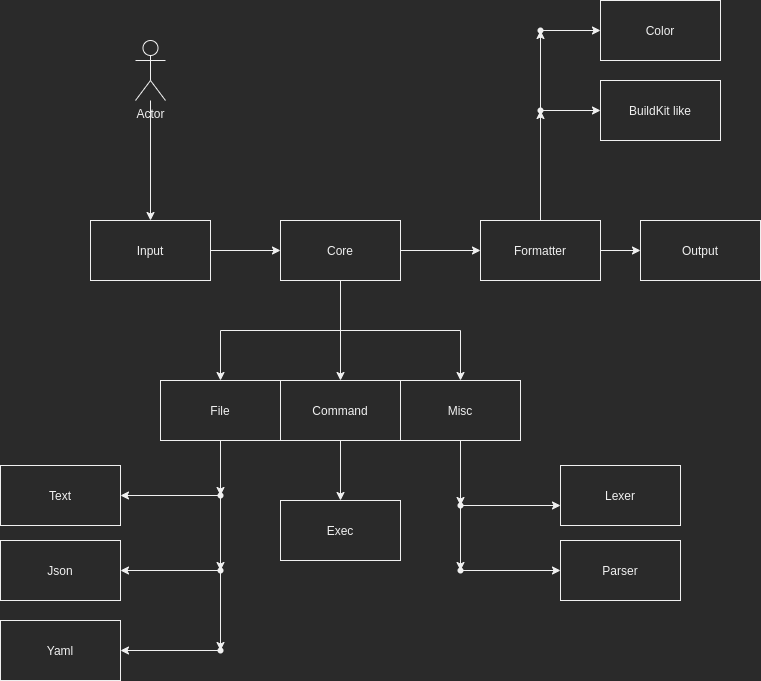
This is architecture.png from jahid90/just-cli, a draw.io export, as it was before one commit. Source tidied: cells renumbered, new cells last; positions are measured from the earlier drawing's top-left corner, leaving out a move shared by most shapes.
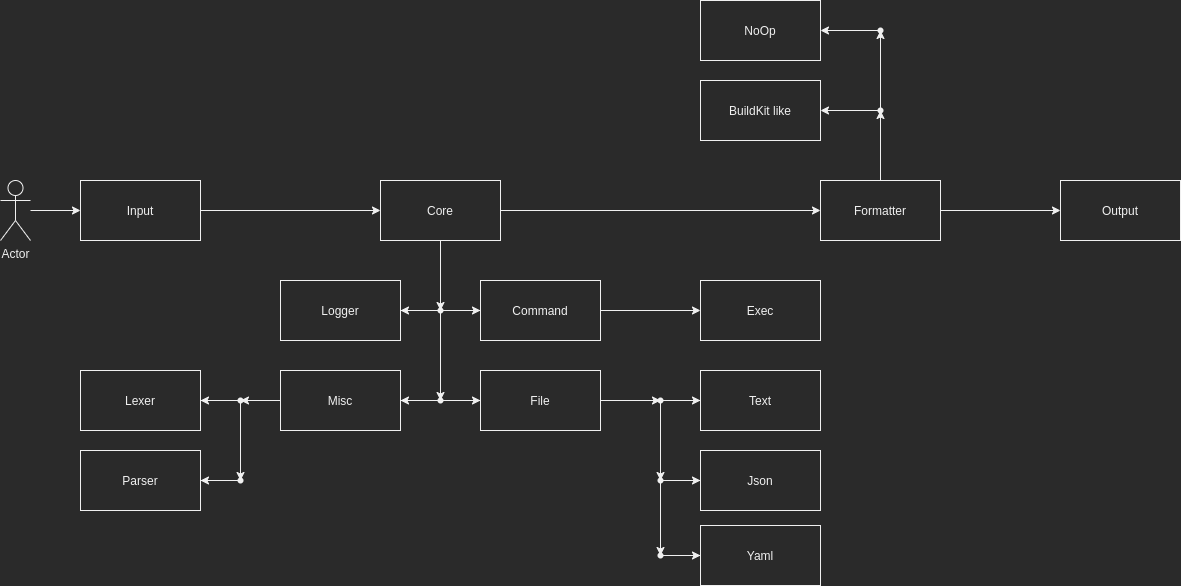
The same diagram one commit later.

Change to the diagram source:
```diff
@@ -5,143 +5,155 @@
     <mxCell id="2" style="edgeStyle=orthogonalEdgeStyle;rounded=0;jettySize=auto;html=1;" parent="1" edge="1" source="6" target="11">
       <mxGeometry relative="1" as="geometry" />
     </mxCell>
-    <mxCell id="3" style="edgeStyle=orthogonalEdgeStyle;rounded=0;jettySize=auto;html=1;" parent="1" edge="1" source="6" target="15">
-      <mxGeometry relative="1" as="geometry" />
-    </mxCell>
-    <mxCell id="4" style="edgeStyle=orthogonalEdgeStyle;rounded=0;jettySize=auto;html=1;entryX=0.5;entryY=0;entryDx=0;entryDy=0;" parent="1" edge="1" source="6" target="17">
-      <mxGeometry relative="1" as="geometry" />
-    </mxCell>
-    <mxCell id="5" style="edgeStyle=orthogonalEdgeStyle;rounded=0;jettySize=auto;html=1;entryX=0.5;entryY=0;entryDx=0;entryDy=0;" parent="1" edge="1" source="6" target="13">
-      <mxGeometry relative="1" as="geometry" />
-    </mxCell>
+    <mxCell id="47" style="edgeStyle=orthogonalEdgeStyle;rounded=0;jettySize=auto;html=1;" parent="1" edge="1" source="6" target="55">
+      <mxGeometry relative="1" as="geometry" />
+    </mxCell>
     <mxCell id="6" value="Core" style="rounded=0;whiteSpace=wrap;html=1;" parent="1" vertex="1">
-      <mxGeometry x="280" y="220" width="120" height="60" as="geometry" />
+      <mxGeometry x="200" y="180" width="120" height="60" as="geometry" />
     </mxCell>
     <mxCell id="7" style="edgeStyle=orthogonalEdgeStyle;rounded=0;jettySize=auto;html=1;" parent="1" edge="1" source="8" target="6">
       <mxGeometry relative="1" as="geometry" />
     </mxCell>
     <mxCell id="8" value="Input" style="rounded=0;whiteSpace=wrap;html=1;" parent="1" vertex="1">
-      <mxGeometry x="90" y="220" width="120" height="60" as="geometry" />
+      <mxGeometry x="-100" y="180" width="120" height="60" as="geometry" />
     </mxCell>
     <mxCell id="9" style="edgeStyle=orthogonalEdgeStyle;rounded=0;jettySize=auto;html=1;" parent="1" edge="1" source="11" target="39">
       <mxGeometry relative="1" as="geometry" />
     </mxCell>
-    <mxCell id="10" style="edgeStyle=orthogonalEdgeStyle;rounded=0;jettySize=auto;html=1;" parent="1" edge="1" source="11" target="44">
-      <mxGeometry relative="1" as="geometry" />
-    </mxCell>
+    <mxCell id="48" style="edgeStyle=orthogonalEdgeStyle;rounded=0;jettySize=auto;html=1;" parent="1" edge="1" source="11" target="74">
+      <mxGeometry relative="1" as="geometry" />
+    </mxCell>
     <mxCell id="11" value="Formatter" style="rounded=0;whiteSpace=wrap;html=1;" parent="1" vertex="1">
-      <mxGeometry x="480" y="220" width="120" height="60" as="geometry" />
+      <mxGeometry x="640" y="180" width="120" height="60" as="geometry" />
     </mxCell>
-    <mxCell id="12" style="edgeStyle=orthogonalEdgeStyle;rounded=0;jettySize=auto;html=1;" parent="1" edge="1" source="13" target="23">
-      <mxGeometry relative="1" as="geometry" />
-    </mxCell>
+    <mxCell id="49" style="edgeStyle=orthogonalEdgeStyle;rounded=0;jettySize=auto;html=1;" parent="1" edge="1" source="13" target="61">
+      <mxGeometry relative="1" as="geometry" />
+    </mxCell>
     <mxCell id="13" value="File" style="rounded=0;whiteSpace=wrap;html=1;" parent="1" vertex="1">
-      <mxGeometry x="160" y="380" width="120" height="60" as="geometry" />
+      <mxGeometry x="300" y="370" width="120" height="60" as="geometry" />
     </mxCell>
     <mxCell id="14" style="edgeStyle=orthogonalEdgeStyle;rounded=0;jettySize=auto;html=1;" parent="1" edge="1" source="15" target="29">
       <mxGeometry relative="1" as="geometry" />
     </mxCell>
     <mxCell id="15" value="Command" style="rounded=0;whiteSpace=wrap;html=1;" parent="1" vertex="1">
-      <mxGeometry x="280" y="380" width="120" height="60" as="geometry" />
+      <mxGeometry x="300" y="280" width="120" height="60" as="geometry" />
     </mxCell>
-    <mxCell id="16" style="edgeStyle=orthogonalEdgeStyle;rounded=0;jettySize=auto;html=1;" parent="1" edge="1" source="17" target="34">
-      <mxGeometry relative="1" as="geometry" />
-    </mxCell>
+    <mxCell id="50" style="edgeStyle=orthogonalEdgeStyle;rounded=0;jettySize=auto;html=1;" parent="1" edge="1" source="17" target="69">
+      <mxGeometry relative="1" as="geometry" />
+    </mxCell>
     <mxCell id="17" value="Misc" style="rounded=0;whiteSpace=wrap;html=1;" parent="1" vertex="1">
-      <mxGeometry x="400" y="380" width="120" height="60" as="geometry" />
+      <mxGeometry x="100" y="370" width="120" height="60" as="geometry" />
     </mxCell>
     <mxCell id="18" value="Text" style="rounded=0;whiteSpace=wrap;html=1;" parent="1" vertex="1">
-      <mxGeometry y="465" width="120" height="60" as="geometry" />
+      <mxGeometry x="520" y="370" width="120" height="60" as="geometry" />
     </mxCell>
     <mxCell id="19" value="Json" style="rounded=0;whiteSpace=wrap;html=1;" parent="1" vertex="1">
-      <mxGeometry y="540" width="120" height="60" as="geometry" />
+      <mxGeometry x="520" y="450" width="120" height="60" as="geometry" />
     </mxCell>
     <mxCell id="20" value="Yaml" style="rounded=0;whiteSpace=wrap;html=1;" parent="1" vertex="1">
-      <mxGeometry y="620" width="120" height="60" as="geometry" />
+      <mxGeometry x="520" y="525" width="120" height="60" as="geometry" />
     </mxCell>
-    <mxCell id="21" style="edgeStyle=orthogonalEdgeStyle;rounded=0;jettySize=auto;html=1;" parent="1" edge="1" source="23" target="18">
-      <mxGeometry relative="1" as="geometry" />
-    </mxCell>
-    <mxCell id="22" style="edgeStyle=orthogonalEdgeStyle;rounded=0;jettySize=auto;html=1;" parent="1" edge="1" source="23" target="26">
-      <mxGeometry relative="1" as="geometry" />
-    </mxCell>
-    <mxCell id="23" style="shape=waypoint;size=6;points=[];fillColor=#2a2a2a;perimeter=centerPerimeter;snapToPoint=1;rounded=0;" parent="1" vertex="1">
-      <mxGeometry x="200" y="475" width="40" height="40" as="geometry" />
-    </mxCell>
-    <mxCell id="24" style="edgeStyle=orthogonalEdgeStyle;rounded=0;jettySize=auto;html=1;" parent="1" edge="1" target="19">
-      <mxGeometry relative="1" as="geometry">
-        <mxPoint x="220" y="570" as="sourcePoint" />
-      </mxGeometry>
-    </mxCell>
-    <mxCell id="25" style="edgeStyle=orthogonalEdgeStyle;rounded=0;jettySize=auto;html=1;" parent="1" edge="1" source="26" target="28">
-      <mxGeometry relative="1" as="geometry" />
-    </mxCell>
-    <mxCell id="26" style="shape=waypoint;size=6;points=[];fillColor=#2a2a2a;perimeter=centerPerimeter;snapToPoint=1;rounded=0;" parent="1" vertex="1">
-      <mxGeometry x="200" y="550" width="40" height="40" as="geometry" />
-    </mxCell>
-    <mxCell id="27" style="edgeStyle=orthogonalEdgeStyle;rounded=0;jettySize=auto;html=1;" parent="1" edge="1" target="20">
-      <mxGeometry relative="1" as="geometry">
-        <mxPoint x="220" y="650" as="sourcePoint" />
-      </mxGeometry>
-    </mxCell>
-    <mxCell id="28" style="shape=waypoint;size=6;points=[];fillColor=#2a2a2a;perimeter=centerPerimeter;snapToPoint=1;rounded=0;" parent="1" vertex="1">
-      <mxGeometry x="200" y="630" width="40" height="40" as="geometry" />
-    </mxCell>
     <mxCell id="29" value="Exec" style="rounded=0;whiteSpace=wrap;html=1;" parent="1" vertex="1">
-      <mxGeometry x="280" y="500" width="120" height="60" as="geometry" />
+      <mxGeometry x="520" y="280" width="120" height="60" as="geometry" />
     </mxCell>
     <mxCell id="30" value="Lexer" style="rounded=0;whiteSpace=wrap;html=1;" parent="1" vertex="1">
-      <mxGeometry x="560" y="465" width="120" height="60" as="geometry" />
+      <mxGeometry x="-100" y="370" width="120" height="60" as="geometry" />
     </mxCell>
     <mxCell id="31" value="Parser" style="rounded=0;whiteSpace=wrap;html=1;" parent="1" vertex="1">
-      <mxGeometry x="560" y="540" width="120" height="60" as="geometry" />
+      <mxGeometry x="-100" y="450" width="120" height="60" as="geometry" />
     </mxCell>
-    <mxCell id="32" style="edgeStyle=orthogonalEdgeStyle;rounded=0;jettySize=auto;html=1;" parent="1" edge="1" source="34">
-      <mxGeometry relative="1" as="geometry">
-        <mxPoint x="560" y="505" as="targetPoint" />
-      </mxGeometry>
-    </mxCell>
-    <mxCell id="33" style="edgeStyle=orthogonalEdgeStyle;rounded=0;jettySize=auto;html=1;" parent="1" edge="1" source="34" target="36">
-      <mxGeometry relative="1" as="geometry" />
-    </mxCell>
-    <mxCell id="34" style="shape=waypoint;size=6;points=[];fillColor=#2a2a2a;perimeter=centerPerimeter;snapToPoint=1;rounded=0;" parent="1" vertex="1">
-      <mxGeometry x="440" y="485" width="40" height="40" as="geometry" />
-    </mxCell>
-    <mxCell id="35" style="edgeStyle=orthogonalEdgeStyle;rounded=0;jettySize=auto;html=1;" parent="1" edge="1" source="36" target="31">
-      <mxGeometry relative="1" as="geometry" />
-    </mxCell>
-    <mxCell id="36" style="shape=waypoint;size=6;points=[];fillColor=#2a2a2a;perimeter=centerPerimeter;snapToPoint=1;rounded=0;" parent="1" vertex="1">
-      <mxGeometry x="440" y="550" width="40" height="40" as="geometry" />
-    </mxCell>
     <mxCell id="37" style="edgeStyle=orthogonalEdgeStyle;rounded=0;jettySize=auto;html=1;" parent="1" edge="1" source="38" target="8">
       <mxGeometry relative="1" as="geometry" />
     </mxCell>
     <mxCell id="38" value="Actor" style="shape=umlActor;verticalLabelPosition=bottom;verticalAlign=top;html=1;outlineConnect=0;" parent="1" vertex="1">
-      <mxGeometry x="135" y="40" width="30" height="60" as="geometry" />
+      <mxGeometry x="-180" y="180" width="30" height="60" as="geometry" />
     </mxCell>
     <mxCell id="39" value="Output" style="rounded=0;whiteSpace=wrap;html=1;" parent="1" vertex="1">
-      <mxGeometry x="640" y="220" width="120" height="60" as="geometry" />
+      <mxGeometry x="880" y="180" width="120" height="60" as="geometry" />
     </mxCell>
     <mxCell id="40" value="BuildKit like" style="rounded=0;whiteSpace=wrap;html=1;" parent="1" vertex="1">
-      <mxGeometry x="600" y="80" width="120" height="60" as="geometry" />
+      <mxGeometry x="520" y="80" width="120" height="60" as="geometry" />
     </mxCell>
-    <mxCell id="41" value="Color" style="rounded=0;whiteSpace=wrap;html=1;" parent="1" vertex="1">
-      <mxGeometry x="600" width="120" height="60" as="geometry" />
+    <mxCell id="41" value="NoOp" style="rounded=0;whiteSpace=wrap;html=1;" parent="1" vertex="1">
+      <mxGeometry x="520" width="120" height="60" as="geometry" />
     </mxCell>
-    <mxCell id="42" style="edgeStyle=orthogonalEdgeStyle;rounded=0;jettySize=auto;html=1;" parent="1" edge="1" source="44" target="40">
-      <mxGeometry relative="1" as="geometry" />
-    </mxCell>
-    <mxCell id="43" style="edgeStyle=orthogonalEdgeStyle;rounded=0;jettySize=auto;html=1;" parent="1" edge="1" source="44" target="46">
-      <mxGeometry relative="1" as="geometry" />
-    </mxCell>
-    <mxCell id="44" style="shape=waypoint;size=6;points=[];fillColor=#2a2a2a;perimeter=centerPerimeter;snapToPoint=1;rounded=0;" parent="1" vertex="1">
-      <mxGeometry x="520" y="90" width="40" height="40" as="geometry" />
-    </mxCell>
-    <mxCell id="45" style="edgeStyle=orthogonalEdgeStyle;rounded=0;jettySize=auto;html=1;" parent="1" edge="1" source="46" target="41">
-      <mxGeometry relative="1" as="geometry" />
-    </mxCell>
-    <mxCell id="46" style="shape=waypoint;size=6;points=[];fillColor=#2a2a2a;perimeter=centerPerimeter;snapToPoint=1;rounded=0;" parent="1" vertex="1">
-      <mxGeometry x="520" y="10" width="40" height="40" as="geometry" />
-    </mxCell>
+    <mxCell id="51" value="Logger" style="rounded=0;whiteSpace=wrap;html=1;" parent="1" vertex="1">
+      <mxGeometry x="100" y="280" width="120" height="60" as="geometry" />
+    </mxCell>
+    <mxCell id="52" style="edgeStyle=orthogonalEdgeStyle;rounded=0;jettySize=auto;html=1;" parent="1" edge="1" source="55" target="15">
+      <mxGeometry relative="1" as="geometry" />
+    </mxCell>
+    <mxCell id="53" style="edgeStyle=orthogonalEdgeStyle;rounded=0;jettySize=auto;html=1;" parent="1" edge="1" source="55" target="51">
+      <mxGeometry relative="1" as="geometry" />
+    </mxCell>
+    <mxCell id="54" style="edgeStyle=orthogonalEdgeStyle;rounded=0;jettySize=auto;html=1;" parent="1" edge="1" source="55" target="58">
+      <mxGeometry relative="1" as="geometry" />
+    </mxCell>
+    <mxCell id="55" style="shape=waypoint;size=6;points=[];fillColor=#2a2a2a;perimeter=centerPerimeter;snapToPoint=1;rounded=0;" parent="1" vertex="1">
+      <mxGeometry x="240" y="290" width="40" height="40" as="geometry" />
+    </mxCell>
+    <mxCell id="56" style="edgeStyle=orthogonalEdgeStyle;rounded=0;jettySize=auto;html=1;" parent="1" edge="1" source="58" target="13">
+      <mxGeometry relative="1" as="geometry" />
+    </mxCell>
+    <mxCell id="57" style="edgeStyle=orthogonalEdgeStyle;rounded=0;jettySize=auto;html=1;" parent="1" edge="1" source="58" target="17">
+      <mxGeometry relative="1" as="geometry" />
+    </mxCell>
+    <mxCell id="58" style="shape=waypoint;size=6;points=[];fillColor=#2a2a2a;perimeter=centerPerimeter;snapToPoint=1;rounded=0;" parent="1" vertex="1">
+      <mxGeometry x="240" y="380" width="40" height="40" as="geometry" />
+    </mxCell>
+    <mxCell id="59" style="edgeStyle=orthogonalEdgeStyle;rounded=0;jettySize=auto;html=1;" parent="1" edge="1" source="61" target="18">
+      <mxGeometry relative="1" as="geometry" />
+    </mxCell>
+    <mxCell id="60" style="edgeStyle=orthogonalEdgeStyle;rounded=0;jettySize=auto;html=1;" parent="1" edge="1" source="61" target="64">
+      <mxGeometry relative="1" as="geometry" />
+    </mxCell>
+    <mxCell id="61" style="shape=waypoint;size=6;points=[];fillColor=#2a2a2a;perimeter=centerPerimeter;snapToPoint=1;rounded=0;" parent="1" vertex="1">
+      <mxGeometry x="460" y="380" width="40" height="40" as="geometry" />
+    </mxCell>
+    <mxCell id="62" style="edgeStyle=orthogonalEdgeStyle;rounded=0;jettySize=auto;html=1;" parent="1" edge="1" source="64" target="66">
+      <mxGeometry relative="1" as="geometry" />
+    </mxCell>
+    <mxCell id="63" style="edgeStyle=orthogonalEdgeStyle;rounded=0;jettySize=auto;html=1;" parent="1" edge="1" source="64" target="19">
+      <mxGeometry relative="1" as="geometry" />
+    </mxCell>
+    <mxCell id="64" style="shape=waypoint;size=6;points=[];fillColor=#2a2a2a;perimeter=centerPerimeter;snapToPoint=1;rounded=0;" parent="1" vertex="1">
+      <mxGeometry x="460" y="460" width="40" height="40" as="geometry" />
+    </mxCell>
+    <mxCell id="65" style="edgeStyle=orthogonalEdgeStyle;rounded=0;jettySize=auto;html=1;" parent="1" edge="1" source="66" target="20">
+      <mxGeometry relative="1" as="geometry" />
+    </mxCell>
+    <mxCell id="66" style="shape=waypoint;size=6;points=[];fillColor=#2a2a2a;perimeter=centerPerimeter;snapToPoint=1;rounded=0;" parent="1" vertex="1">
+      <mxGeometry x="460" y="535" width="40" height="40" as="geometry" />
+    </mxCell>
+    <mxCell id="67" style="edgeStyle=orthogonalEdgeStyle;rounded=0;jettySize=auto;html=1;" parent="1" edge="1" source="69" target="71">
+      <mxGeometry relative="1" as="geometry" />
+    </mxCell>
+    <mxCell id="68" style="edgeStyle=orthogonalEdgeStyle;rounded=0;jettySize=auto;html=1;" parent="1" edge="1" source="69" target="30">
+      <mxGeometry relative="1" as="geometry" />
+    </mxCell>
+    <mxCell id="69" style="shape=waypoint;size=6;points=[];fillColor=#2a2a2a;perimeter=centerPerimeter;snapToPoint=1;rounded=0;" parent="1" vertex="1">
+      <mxGeometry x="40" y="380" width="40" height="40" as="geometry" />
+    </mxCell>
+    <mxCell id="70" style="edgeStyle=orthogonalEdgeStyle;rounded=0;jettySize=auto;html=1;" parent="1" edge="1" source="71" target="31">
+      <mxGeometry relative="1" as="geometry" />
+    </mxCell>
+    <mxCell id="71" style="shape=waypoint;size=6;points=[];fillColor=#2a2a2a;perimeter=centerPerimeter;snapToPoint=1;rounded=0;" parent="1" vertex="1">
+      <mxGeometry x="40" y="460" width="40" height="40" as="geometry" />
+    </mxCell>
+    <mxCell id="72" style="edgeStyle=orthogonalEdgeStyle;rounded=0;jettySize=auto;html=1;" parent="1" edge="1" source="74" target="76">
+      <mxGeometry relative="1" as="geometry" />
+    </mxCell>
+    <mxCell id="73" style="edgeStyle=orthogonalEdgeStyle;rounded=0;jettySize=auto;html=1;" parent="1" edge="1" source="74" target="40">
+      <mxGeometry relative="1" as="geometry" />
+    </mxCell>
+    <mxCell id="74" style="shape=waypoint;size=6;points=[];fillColor=#2a2a2a;perimeter=centerPerimeter;snapToPoint=1;rounded=0;" parent="1" vertex="1">
+      <mxGeometry x="680" y="90" width="40" height="40" as="geometry" />
+    </mxCell>
+    <mxCell id="75" style="edgeStyle=orthogonalEdgeStyle;rounded=0;jettySize=auto;html=1;" parent="1" edge="1" source="76" target="41">
+      <mxGeometry relative="1" as="geometry" />
+    </mxCell>
+    <mxCell id="76" style="shape=waypoint;size=6;points=[];fillColor=#2a2a2a;perimeter=centerPerimeter;snapToPoint=1;rounded=0;" parent="1" vertex="1">
+      <mxGeometry x="680" y="10" width="40" height="40" as="geometry" />
+    </mxCell>
   </root>
 </mxGraphModel>
```
